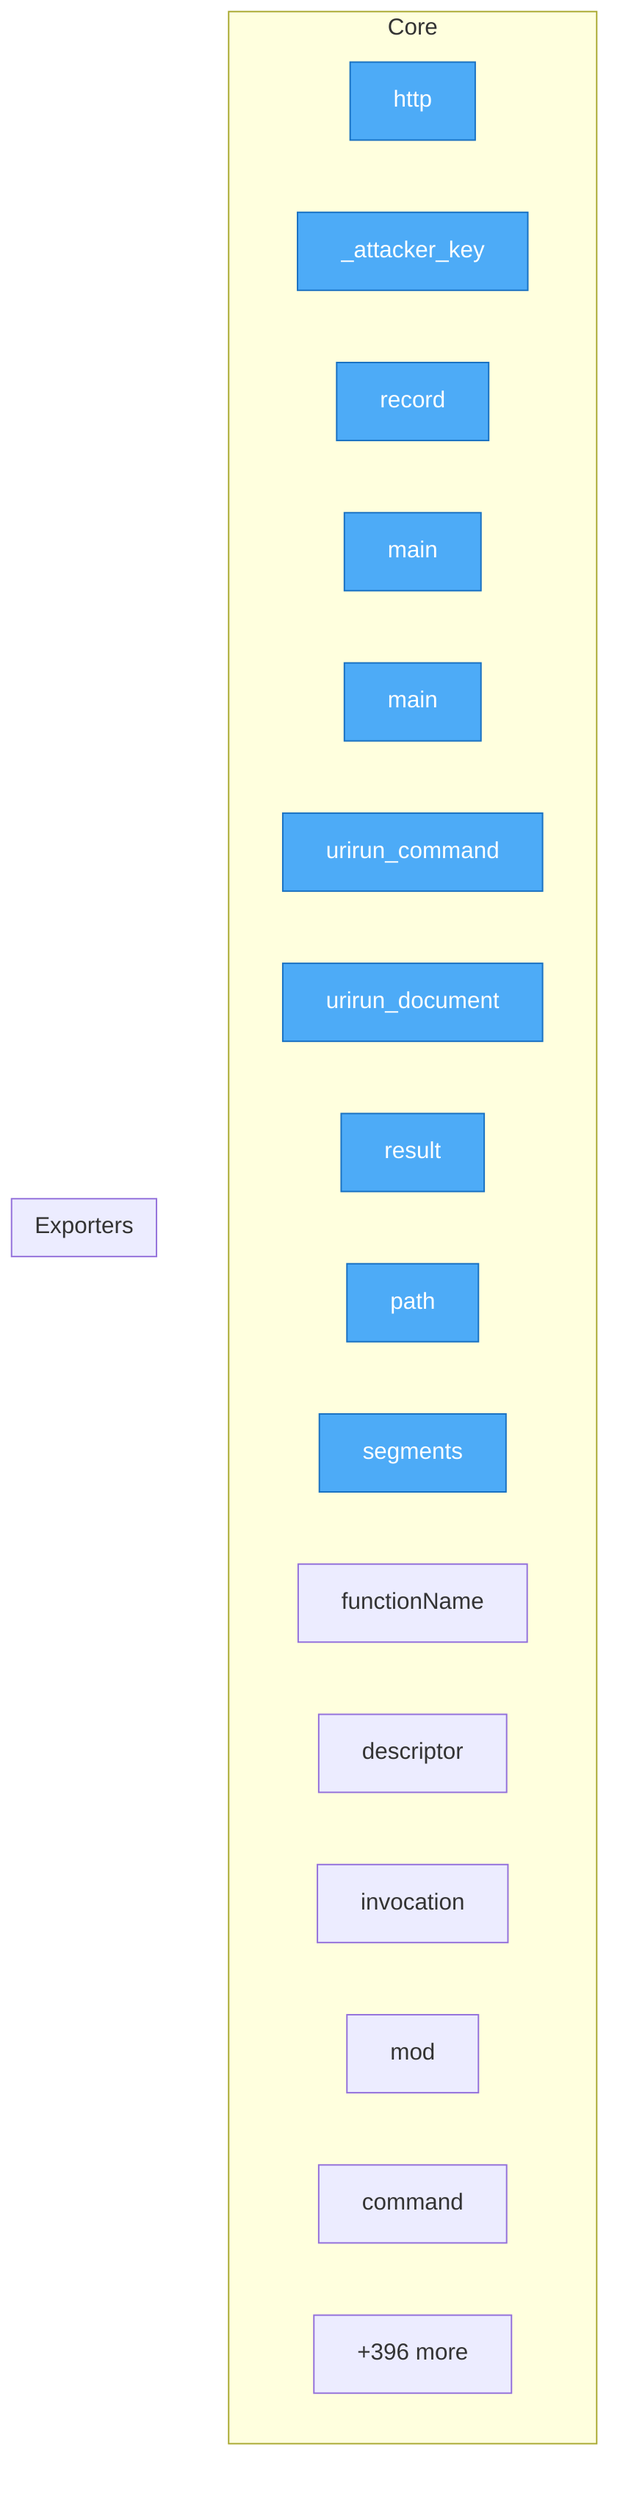
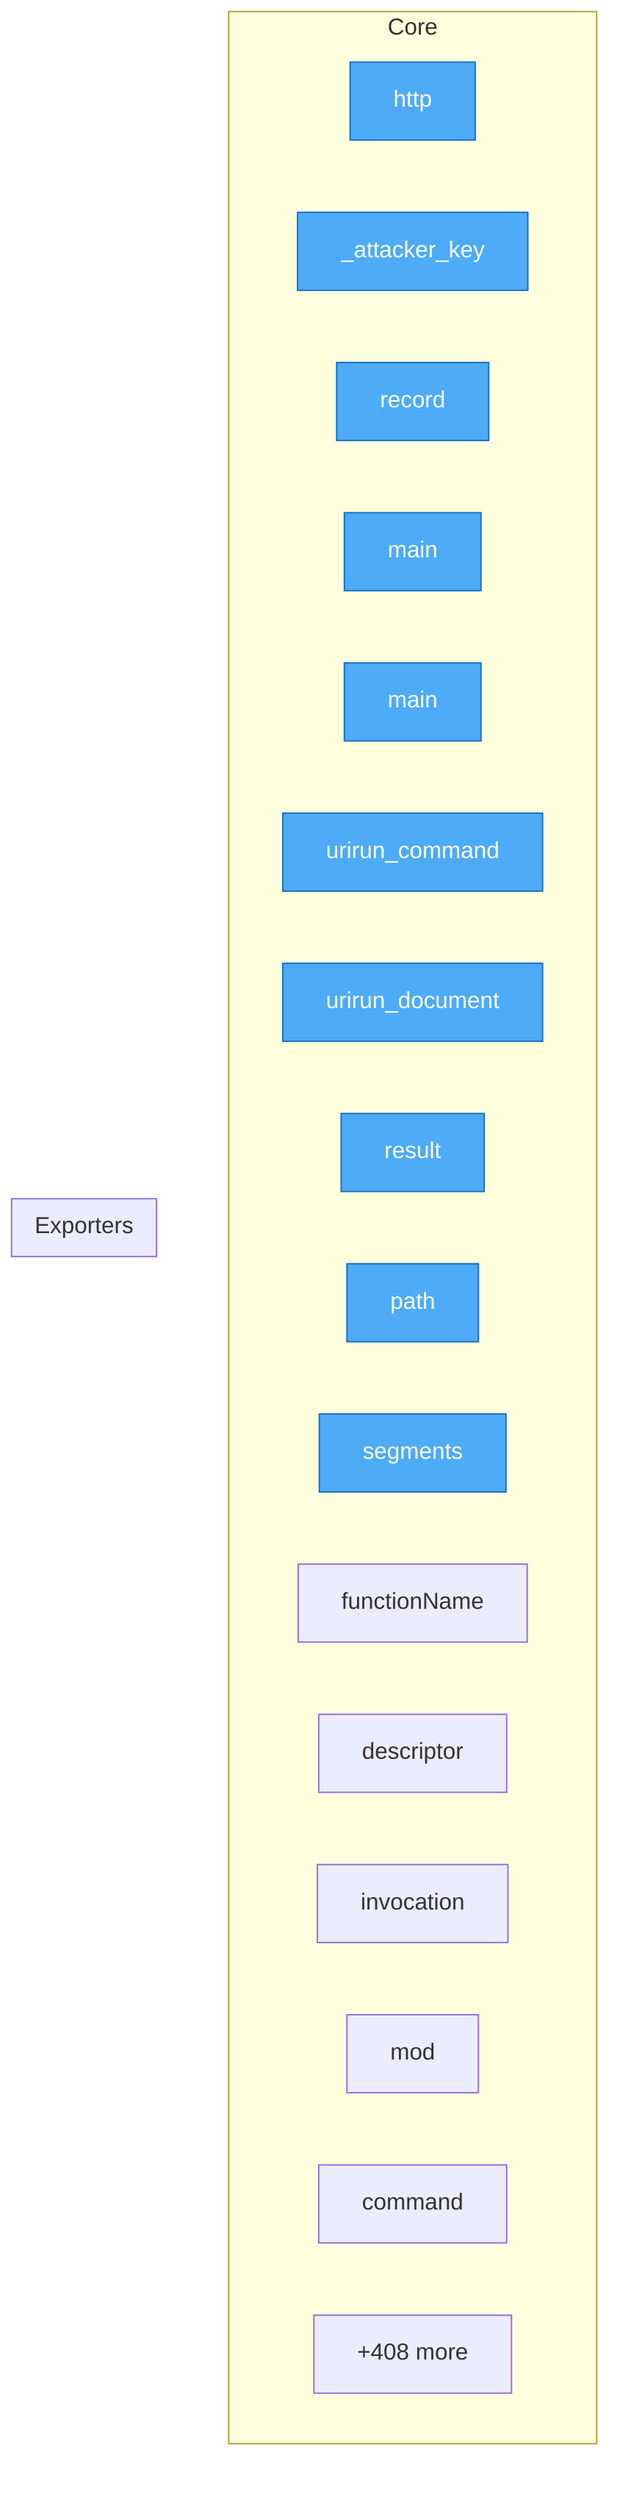
flowchart TD
%% generated in 0.02s

    %% Entry points (blue)
    classDef entry fill:#4dabf7,stroke:#1971c2,color:#fff

    subgraph Core
        security__mesh_probe__probe__http["http"]
        security__mesh_probe__probe___attacker_key["_attacker_key"]
        security__mesh_probe__probe__record["record"]
        adapters__conformance__main["main"]
        adapters__new_connector__main["main"]
        adapters__bash__urirun__urirun_command["urirun_command"]
        adapters__bash__urirun__urirun_document["urirun_document"]
        adapters__js__index__test__result["result"]
        adapters__js__path["path"]
        adapters__js__segments["segments"]
        adapters__js__functionName["functionName"]
        adapters__js__descriptor["descriptor"]
        adapters__js__invocation["invocation"]
        adapters__js__mod["mod"]
        adapters__java__Urirun__Urirun__command["command"]
-         ...["+396 more"]
+         ...["+408 more"]
    end

    subgraph Exporters
    end

    class security__mesh_probe__probe__http,security__mesh_probe__probe___attacker_key,security__mesh_probe__probe__record,adapters__conformance__main,adapters__new_connector__main,adapters__bash__urirun__urirun_command,adapters__bash__urirun__urirun_document,adapters__js__index__test__result,adapters__js__path,adapters__js__segments entry
